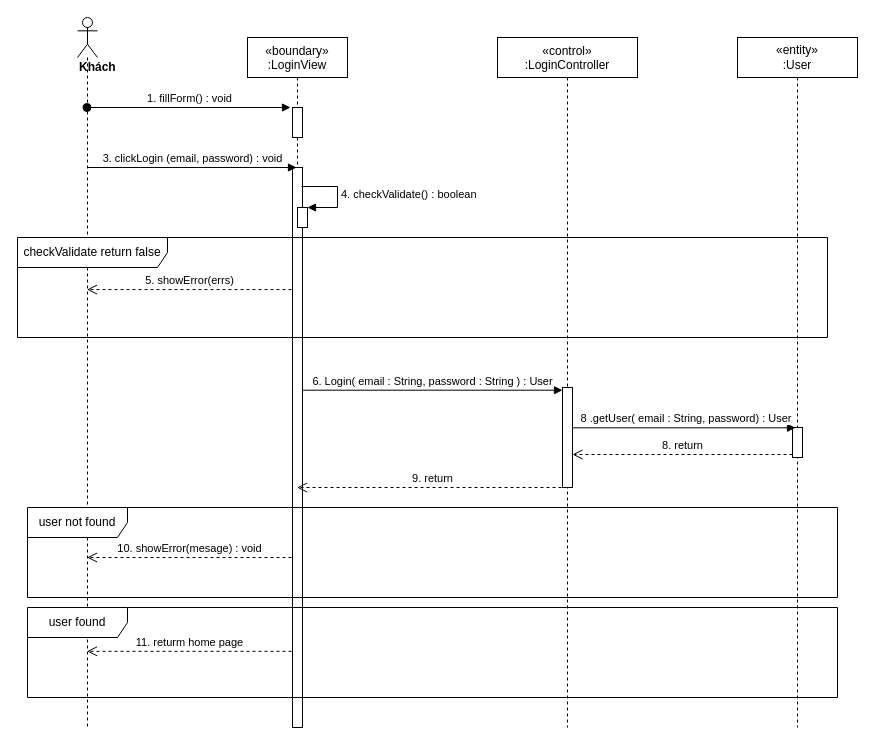
The draw.io diagram sequence diagram/login-sequence-diagram.drawio in nguyenphamvan/datn_20202, before the edit. Source tidied: cells renumbered, new cells numbered last; positions are measured from the earlier drawing's top-left corner, leaving out a move shared by most shapes. Both pictures are drawn from the tidied source at 100%, with x=0, y=0 at pixel (17, 17).
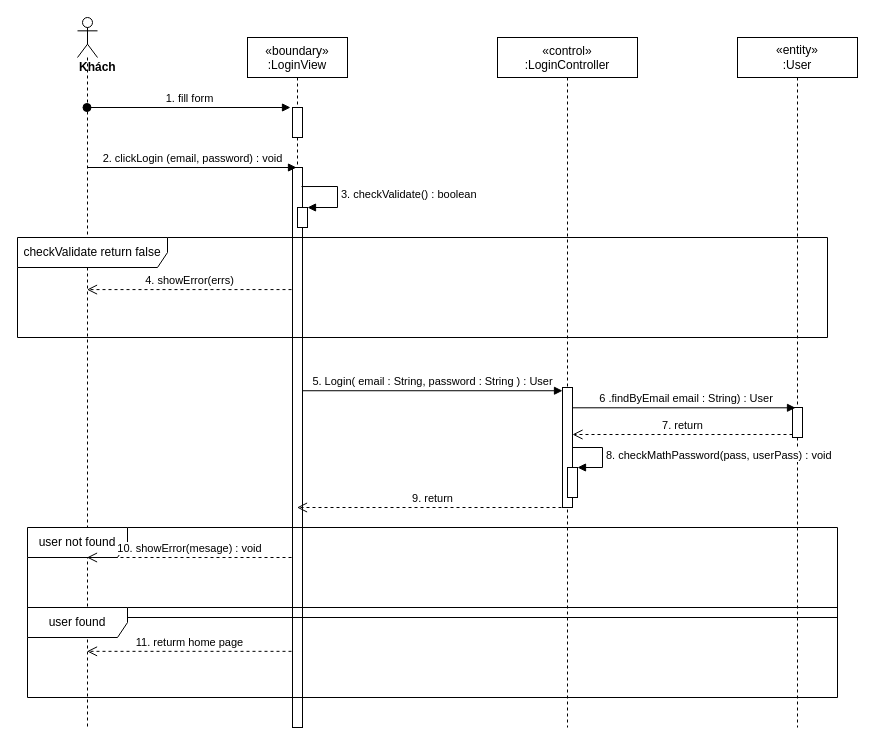
Above is the later version.

The change refers to these unchanged cells:
```xml
<mxCell id="3" style="points=[];perimeter=orthogonalPerimeter;rounded=0;shadow=0;strokeWidth=1;" parent="2" vertex="1">
  <mxGeometry x="45" y="70" width="10" height="30" as="geometry" />
</mxCell>
<mxCell id="4" style="html=1;points=[];perimeter=orthogonalPerimeter;" parent="2" vertex="1">
  <mxGeometry x="45" y="130" width="10" height="560" as="geometry" />
</mxCell>
<mxCell id="5" value="«control»&#10;:LoginController" style="shape=umlLifeline;perimeter=lifelinePerimeter;rounded=0;shadow=0;strokeWidth=1;" parent="1" vertex="1">
  <mxGeometry x="480" y="20" width="140" height="690" as="geometry" />
</mxCell>
<mxCell id="7" value="&lt;div&gt;&lt;b&gt;Khách&lt;/b&gt;&lt;/div&gt;" style="shape=umlLifeline;participant=umlActor;perimeter=lifelinePerimeter;whiteSpace=wrap;html=1;verticalAlign=top;spacingTop=36;outlineConnect=0;align=left;" parent="1" vertex="1">
  <mxGeometry x="60" width="20" height="710" as="geometry" />
</mxCell>
<mxCell id="11" value="&lt;span&gt;«entity»&lt;br&gt;&lt;/span&gt;:User" style="shape=umlLifeline;perimeter=lifelinePerimeter;whiteSpace=wrap;html=1;" parent="1" vertex="1">
  <mxGeometry x="720" y="20" width="120" height="690" as="geometry" />
</mxCell>
<mxCell id="22" style="html=1;points=[];perimeter=orthogonalPerimeter;" parent="1" vertex="1">
  <mxGeometry x="280" y="190" width="10" height="20" as="geometry" />
</mxCell>
```

Diff of the diagram source:
```diff
@@
     <mxCell id="6" style="points=[];perimeter=orthogonalPerimeter;rounded=0;shadow=0;strokeWidth=1;" parent="5" vertex="1">
-      <mxGeometry x="65" y="350" width="10" height="100" as="geometry" />
+      <mxGeometry x="65" y="350" width="10" height="120" as="geometry" />
     </mxCell>
@@
-    <mxCell id="8" value="1. fillForm() : void" style="html=1;verticalAlign=bottom;startArrow=oval;startFill=1;endArrow=block;startSize=8;entryX=-0.2;entryY=0;entryDx=0;entryDy=0;entryPerimeter=0;" parent="1" edge="1" source="7" target="3">
+    <mxCell id="8" value="1. fill form" style="html=1;verticalAlign=bottom;startArrow=oval;startFill=1;endArrow=block;startSize=8;entryX=-0.2;entryY=0;entryDx=0;entryDy=0;entryPerimeter=0;" parent="1" edge="1" source="7" target="3">
       <mxGeometry relative="1" as="geometry" />
     </mxCell>
-    <mxCell id="9" value="3. clickLogin (email, password) : void" style="html=1;verticalAlign=bottom;endArrow=block;" parent="1" edge="1" source="7">
+    <mxCell id="9" value="2. clickLogin (email, password) : void" style="html=1;verticalAlign=bottom;endArrow=block;" parent="1" edge="1" source="7">
       <mxGeometry relative="1" as="geometry">
         <mxPoint x="279" y="150" as="targetPoint" />
       </mxGeometry>
     </mxCell>
-    <mxCell id="10" value="6. Login( email : String, password : String ) : User" style="html=1;verticalAlign=bottom;endArrow=block;entryX=0;entryY=0.027;entryDx=0;entryDy=0;entryPerimeter=0;" parent="1" edge="1" source="4" target="6">
+    <mxCell id="10" value="5. Login( email : String, password : String ) : User" style="html=1;verticalAlign=bottom;endArrow=block;entryX=0;entryY=0.027;entryDx=0;entryDy=0;entryPerimeter=0;" parent="1" edge="1" source="4" target="6">
       <mxGeometry relative="1" as="geometry" />
     </mxCell>
@@
     <mxCell id="12" style="points=[];perimeter=orthogonalPerimeter;rounded=0;shadow=0;strokeWidth=1;" parent="11" vertex="1">
-      <mxGeometry x="55" y="390" width="10" height="30" as="geometry" />
+      <mxGeometry x="55" y="370" width="10" height="30" as="geometry" />
     </mxCell>
-    <mxCell id="13" value="&lt;span style=&quot;font-family: &amp;#34;helvetica&amp;#34;&quot;&gt;&amp;nbsp;8 .getUser( email : String, password) : User&lt;/span&gt;" style="html=1;verticalAlign=bottom;endArrow=block;entryX=0.3;entryY=0.01;entryDx=0;entryDy=0;entryPerimeter=0;" parent="1" edge="1" source="6" target="12">
+    <mxCell id="13" value="&lt;span style=&quot;font-family: &amp;#34;helvetica&amp;#34;&quot;&gt;&amp;nbsp;6 .findByEmail email : String) : User&lt;/span&gt;" style="html=1;verticalAlign=bottom;endArrow=block;entryX=0.3;entryY=0.01;entryDx=0;entryDy=0;entryPerimeter=0;" parent="1" edge="1" source="6" target="12">
       <mxGeometry relative="1" as="geometry" />
     </mxCell>
-    <mxCell id="14" value="8. return" style="html=1;verticalAlign=bottom;endArrow=open;dashed=1;endSize=8;exitX=0;exitY=0.9;exitDx=0;exitDy=0;exitPerimeter=0;" parent="1" edge="1" source="12" target="6">
+    <mxCell id="14" value="7. return" style="html=1;verticalAlign=bottom;endArrow=open;dashed=1;endSize=8;exitX=0;exitY=0.9;exitDx=0;exitDy=0;exitPerimeter=0;" parent="1" edge="1" source="12" target="6">
       <mxGeometry relative="1" as="geometry" />
     </mxCell>
@@
-    <mxCell id="16" value="5. showError(errs)" style="html=1;verticalAlign=bottom;endArrow=open;dashed=1;endSize=8;exitX=-0.1;exitY=0.218;exitDx=0;exitDy=0;exitPerimeter=0;" parent="1" edge="1" source="4" target="7">
+    <mxCell id="16" value="4. showError(errs)" style="html=1;verticalAlign=bottom;endArrow=open;dashed=1;endSize=8;exitX=-0.1;exitY=0.218;exitDx=0;exitDy=0;exitPerimeter=0;" parent="1" edge="1" source="4" target="7">
       <mxGeometry relative="1" as="geometry" />
     </mxCell>
@@
     <mxCell id="18" value="user not found" style="shape=umlFrame;whiteSpace=wrap;html=1;width=100;height=30;" parent="1" vertex="1">
-      <mxGeometry x="10" y="490" width="810" height="90" as="geometry" />
+      <mxGeometry x="10" y="510" width="810" height="90" as="geometry" />
     </mxCell>
@@
-    <mxCell id="23" value="4. checkValidate() : boolean" style="edgeStyle=orthogonalEdgeStyle;html=1;align=left;spacingLeft=2;endArrow=block;rounded=0;entryX=1;entryY=0;exitX=0.9;exitY=0.034;exitDx=0;exitDy=0;exitPerimeter=0;" parent="1" edge="1" source="4" target="22">
+    <mxCell id="23" value="3. checkValidate() : boolean" style="edgeStyle=orthogonalEdgeStyle;html=1;align=left;spacingLeft=2;endArrow=block;rounded=0;entryX=1;entryY=0;exitX=0.9;exitY=0.034;exitDx=0;exitDy=0;exitPerimeter=0;" parent="1" edge="1" source="4" target="22">
       <mxGeometry relative="1" as="geometry">
         <Array as="points">
           <mxPoint x="320" y="169" />
           <mxPoint x="320" y="190" />
         </Array>
       </mxGeometry>
     </mxCell>
+    <mxCell id="24" style="html=1;points=[];perimeter=orthogonalPerimeter;" parent="1" vertex="1">
+      <mxGeometry x="550" y="450" width="10" height="30" as="geometry" />
+    </mxCell>
+    <mxCell id="25" value="8. checkMathPassword(pass, userPass) : void" style="edgeStyle=orthogonalEdgeStyle;html=1;align=left;spacingLeft=2;endArrow=block;rounded=0;entryX=1;entryY=0;" parent="1" edge="1" target="24">
+      <mxGeometry relative="1" as="geometry">
+        <mxPoint x="555" y="430" as="sourcePoint" />
+        <Array as="points">
+          <mxPoint x="585" y="430" />
+        </Array>
+      </mxGeometry>
+    </mxCell>
```
